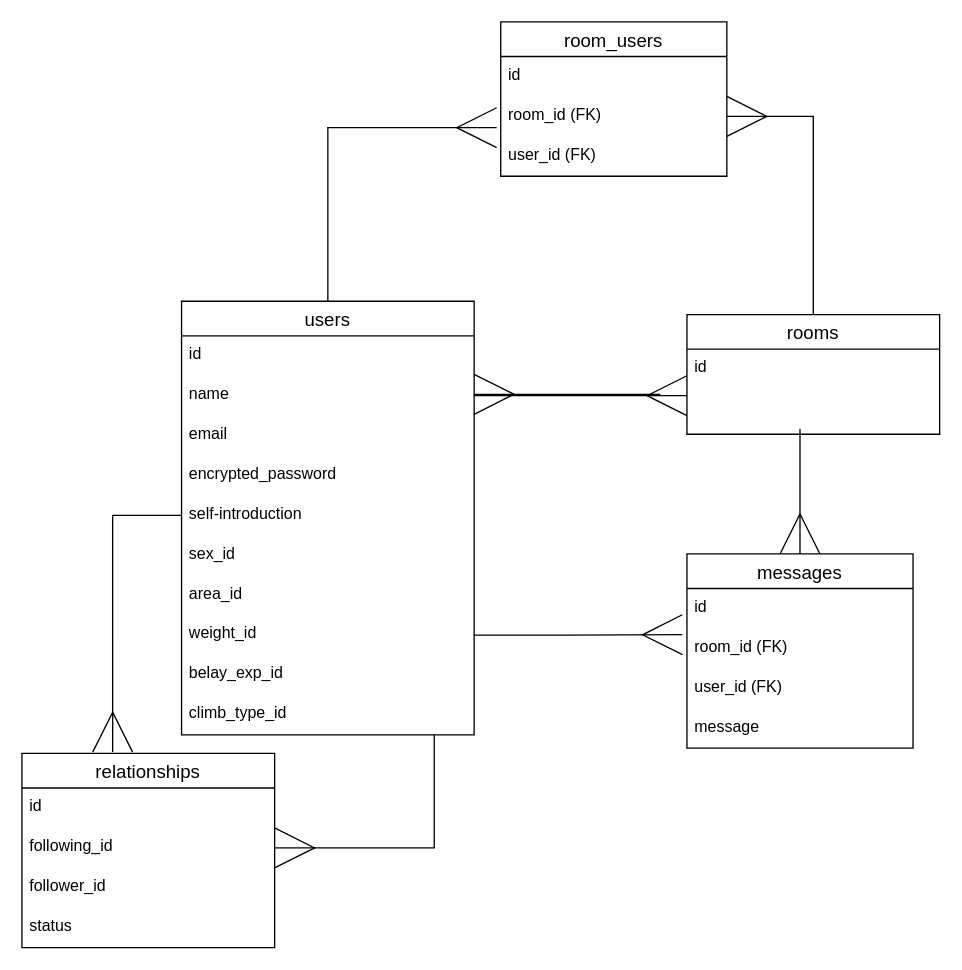
Above: page "ページ1" (1 of 2) of climber-app.dio in ttaroo1217/climber-app (draw.io), before the change. Source tidied: cells renumbered, new cells numbered last; positions are measured from the earlier drawing's top-left corner, leaving out a move shared by most shapes. Both pictures are drawn from the tidied source at 133%, with x=0, y=0 at pixel (21, 21).
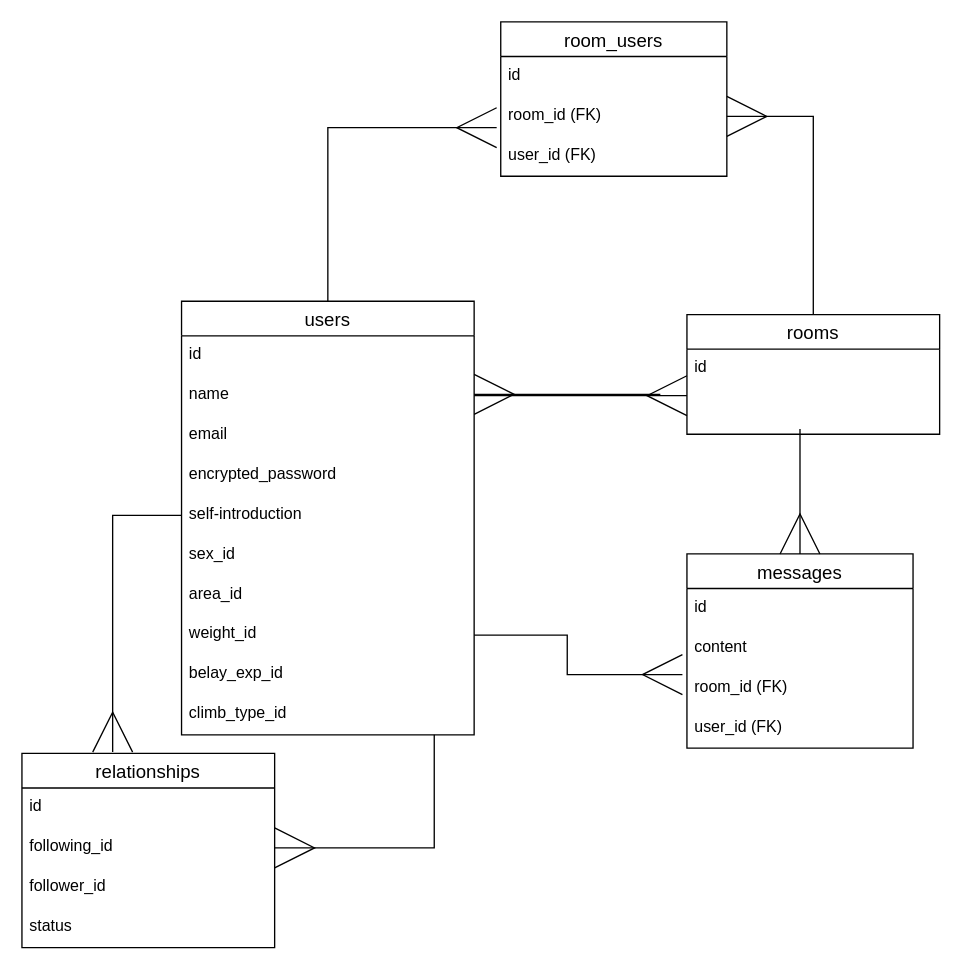
After the change.

Unchanged cells that the change refers to:
```xml
<mxCell id="25" value="messages" style="swimlane;fontStyle=0;horizontal=1;startSize=26;align=center;fontSize=14;" parent="1" vertex="1">
  <mxGeometry x="500" y="400" width="170" height="146" as="geometry" />
</mxCell>
```

Change to the diagram source:
```diff
@@
+    <mxCell id="29" value="content" style="text;strokeColor=none;fillColor=none;spacingLeft=4;spacingRight=4;overflow=hidden;fontSize=12;" parent="25" vertex="1">
+      <mxGeometry y="56" width="170" height="30" as="geometry" />
+    </mxCell>
     <mxCell id="27" value="room_id (FK)" style="text;strokeColor=none;fillColor=none;spacingLeft=4;spacingRight=4;overflow=hidden;points=[[0,0.5],[1,0.5]];portConstraint=eastwest;fontSize=12;" parent="25" vertex="1">
-      <mxGeometry y="56" width="170" height="30" as="geometry" />
+      <mxGeometry y="86" width="170" height="30" as="geometry" />
     </mxCell>
     <mxCell id="28" value="user_id (FK)" style="text;strokeColor=none;fillColor=none;spacingLeft=4;spacingRight=4;overflow=hidden;fontSize=12;" parent="25" vertex="1">
-      <mxGeometry y="86" width="170" height="30" as="geometry" />
+      <mxGeometry y="116" width="170" height="30" as="geometry" />
     </mxCell>
-    <mxCell id="29" value="message" style="text;strokeColor=none;fillColor=none;spacingLeft=4;spacingRight=4;overflow=hidden;fontSize=12;" parent="25" vertex="1">
-      <mxGeometry y="116" width="170" height="30" as="geometry" />
-    </mxCell>
```
